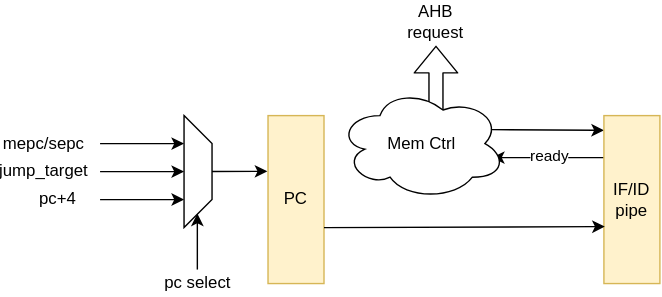
Above: docs/cpu/assets/cpu/IF.drawio.svg in feipenghhq/TinyLinuxRV (draw.io), before the change. Source tidied: cells renumbered, new cells last; positions are measured from the earlier drawing's top-left corner, leaving out a move shared by most shapes.
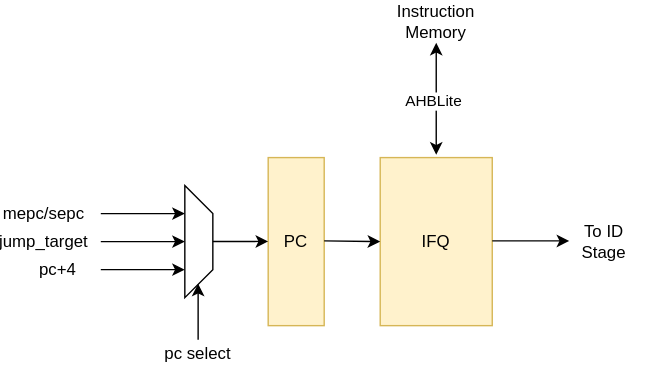
The same diagram one commit later.

Diff of the diagram source:
```diff
@@ -2,14 +2,8 @@
   <root>
     <mxCell id="0" />
     <mxCell id="1" parent="0" />
-    <mxCell id="2" style="shape=flexArrow;endArrow=classic;html=1;" parent="1" edge="1">
-      <mxGeometry relative="1" as="geometry">
-        <mxPoint x="310" y="82" as="sourcePoint" />
-        <mxPoint x="310" y="32" as="targetPoint" />
-      </mxGeometry>
-    </mxCell>
     <mxCell id="3" value="PC" style="rounded=0;whiteSpace=wrap;html=1;fillColor=#fff2cc;strokeColor=#d6b656;" parent="1" vertex="1">
-      <mxGeometry x="190" y="82" width="40" height="120" as="geometry" />
+      <mxGeometry x="189.5" y="62" width="40" height="120" as="geometry" />
     </mxCell>
     <mxCell id="4" style="shape=trapezoid;perimeter=trapezoidPerimeter;whiteSpace=wrap;html=1;shapeInside=1;fixedSize=1;rotation=90;" parent="1" vertex="1">
       <mxGeometry x="100" y="112" width="80" height="20" as="geometry" />
@@ -50,40 +44,39 @@
     <mxCell id="12" value="pc select" style="text;html=1;whiteSpace=wrap;strokeColor=none;fillColor=none;align=center;verticalAlign=middle;rounded=0;" parent="1" vertex="1">
       <mxGeometry x="110" y="192" width="60" height="20" as="geometry" />
     </mxCell>
-    <mxCell id="13" style="endArrow=classic;html=1;endFill=1;exitX=0;exitY=0.25;exitDx=0;exitDy=0;" parent="1" edge="1" source="16">
-      <mxGeometry relative="1" as="geometry">
-        <mxPoint x="350" y="112" as="targetPoint" />
-      </mxGeometry>
-    </mxCell>
-    <mxCell id="14" value="ready" style="edgeLabel;html=1;align=center;verticalAlign=middle;" parent="13" vertex="1">
-      <mxGeometry x="0.72" y="-2" relative="1" as="geometry">
-        <mxPoint x="29" as="offset" />
-      </mxGeometry>
-    </mxCell>
-    <mxCell id="15" style="endArrow=classic;html=1;" parent="1" edge="1">
-      <mxGeometry relative="1" as="geometry">
-        <mxPoint x="350" y="92" as="sourcePoint" />
-        <mxPoint x="430" y="92.5" as="targetPoint" />
-      </mxGeometry>
-    </mxCell>
-    <mxCell id="16" value="IF/ID pipe" style="rounded=0;whiteSpace=wrap;html=1;fillColor=#fff2cc;strokeColor=#d6b656;" parent="1" vertex="1">
-      <mxGeometry x="430" y="82" width="40" height="120" as="geometry" />
-    </mxCell>
-    <mxCell id="17" style="edgeStyle=none;html=1;entryX=-0.012;entryY=0.332;entryDx=0;entryDy=0;entryPerimeter=0;" parent="1" edge="1" target="3">
+    <mxCell id="17" style="edgeStyle=none;html=1;entryX=-0.012;entryY=0.332;entryDx=0;entryDy=0;entryPerimeter=0;" parent="1" edge="1">
       <mxGeometry relative="1" as="geometry">
         <mxPoint x="150" y="121.9" as="sourcePoint" />
+        <mxPoint x="189.5" y="121.8" as="targetPoint" />
       </mxGeometry>
     </mxCell>
-    <mxCell id="18" value="Mem Ctrl" style="ellipse;shape=cloud;whiteSpace=wrap;html=1;" parent="1" vertex="1">
-      <mxGeometry x="240" y="62" width="120" height="80" as="geometry" />
-    </mxCell>
-    <mxCell id="19" style="endArrow=classic;html=1;entryX=0.015;entryY=0.661;entryDx=0;entryDy=0;entryPerimeter=0;" parent="1" edge="1" target="16">
-      <mxGeometry relative="1" as="geometry">
-        <mxPoint x="230" y="162" as="sourcePoint" />
-      </mxGeometry>
-    </mxCell>
-    <mxCell id="20" value="AHB request" style="text;html=1;whiteSpace=wrap;strokeColor=none;fillColor=none;align=center;verticalAlign=middle;rounded=0;" parent="1" vertex="1">
-      <mxGeometry x="280" width="60" height="30" as="geometry" />
+    <mxCell id="20" value="Instruction Memory" style="text;html=1;whiteSpace=wrap;strokeColor=none;fillColor=none;align=center;verticalAlign=middle;rounded=0;" parent="1" vertex="1">
+      <mxGeometry x="279.5" y="-50" width="60" height="30" as="geometry" />
     </mxCell>
+    <mxCell id="21" value="IFQ" style="rounded=0;whiteSpace=wrap;html=1;fillColor=#fff2cc;strokeColor=#d6b656;" parent="1" vertex="1">
+      <mxGeometry x="269.5" y="62" width="80" height="120" as="geometry" />
+    </mxCell>
+    <mxCell id="22" style="endArrow=classic;startArrow=classic;html=1;" parent="1" edge="1" target="20">
+      <mxGeometry relative="1" as="geometry">
+        <mxPoint x="309.5" y="60" as="sourcePoint" />
+      </mxGeometry>
+    </mxCell>
+    <mxCell id="23" value="AHBLite" style="edgeLabel;html=1;align=center;verticalAlign=middle;inheritText=1;" parent="22" vertex="1">
+      <mxGeometry x="-0.02" y="3" relative="1" as="geometry" />
+    </mxCell>
+    <mxCell id="24" style="endArrow=classic;html=1;" parent="1" edge="1">
+      <mxGeometry relative="1" as="geometry">
+        <mxPoint x="349.5" y="121.5" as="sourcePoint" />
+        <mxPoint x="404.5" y="121.5" as="targetPoint" />
+      </mxGeometry>
+    </mxCell>
+    <mxCell id="25" value="To ID Stage" style="text;html=1;whiteSpace=wrap;strokeColor=none;fillColor=none;align=center;verticalAlign=middle;rounded=0;" parent="1" vertex="1">
+      <mxGeometry x="399.5" y="107" width="60" height="30" as="geometry" />
+    </mxCell>
+    <mxCell id="26" style="endArrow=classic;html=1;entryX=0;entryY=0.5;entryDx=0;entryDy=0;" parent="1" edge="1" target="21">
+      <mxGeometry relative="1" as="geometry">
+        <mxPoint x="229.5" y="121.5" as="sourcePoint" />
+      </mxGeometry>
+    </mxCell>
   </root>
 </mxGraphModel>
```
